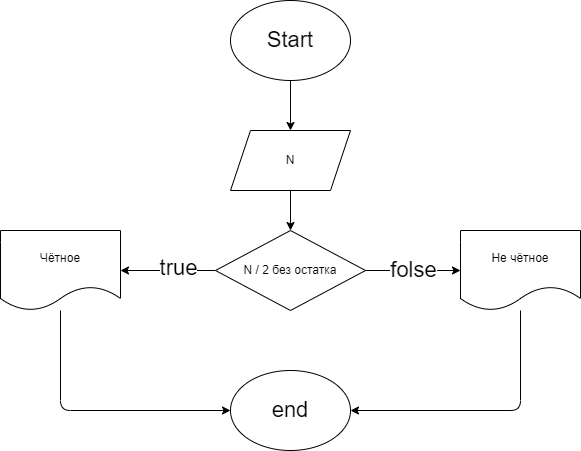
Before: task_3/diagram3.drawio.png, a diagram exported from draw.io (Kir017/-). Source tidied: cells renumbered, new cells last; positions are measured from the earlier drawing's top-left corner, leaving out a move shared by most shapes.
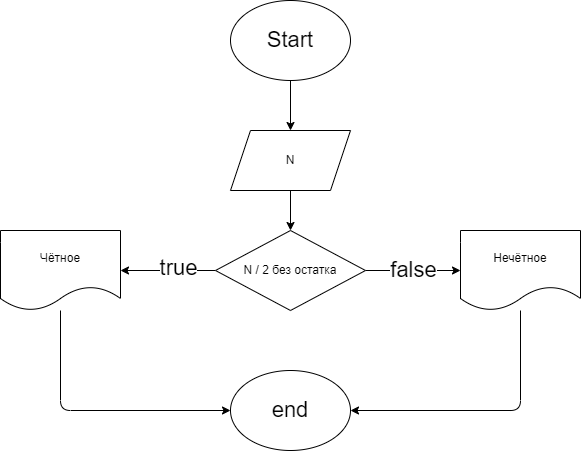
Above is the later version.

Diff of the diagram source:
```diff
@@ -20,7 +20,7 @@
     <mxCell id="7" value="true" style="edgeLabel;html=1;align=center;verticalAlign=middle;fontSize=22;" parent="6" vertex="1">
       <mxGeometry x="-0.2" y="-3" relative="1" as="geometry" />
     </mxCell>
-    <mxCell id="8" value="folse" style="edgeStyle=none;html=1;fontSize=22;" parent="1" edge="1" source="9" target="13">
+    <mxCell id="8" value="false" style="edgeStyle=none;html=1;fontSize=22;" parent="1" edge="1" source="9" target="13">
       <mxGeometry relative="1" as="geometry" />
     </mxCell>
     <mxCell id="9" value="N / 2 без остатка" style="rhombus;whiteSpace=wrap;html=1;" parent="1" vertex="1">
@@ -43,7 +43,7 @@
         </Array>
       </mxGeometry>
     </mxCell>
-    <mxCell id="13" value="Не чётное" style="shape=document;whiteSpace=wrap;html=1;boundedLbl=1;" parent="1" vertex="1">
+    <mxCell id="13" value="Нечётное" style="shape=document;whiteSpace=wrap;html=1;boundedLbl=1;" parent="1" vertex="1">
       <mxGeometry x="460" y="230" width="120" height="80" as="geometry" />
     </mxCell>
     <mxCell id="14" value="end" style="ellipse;whiteSpace=wrap;html=1;fontSize=22;" parent="1" vertex="1">
```
